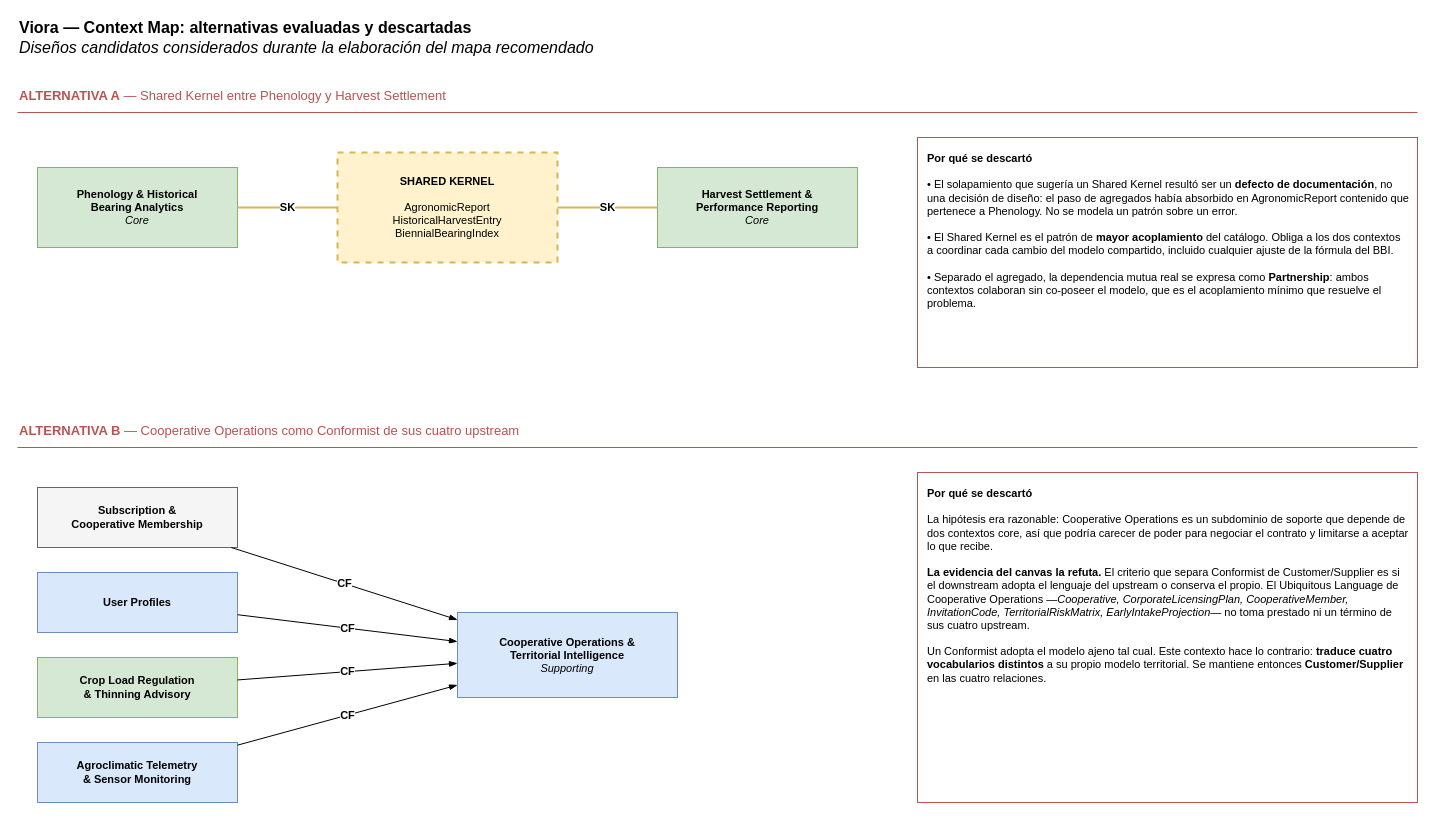
Before: docs/context-map/02-alternativas-descartadas.drawio in upc-pre-1acc0238-2620-4951-arcadiadevs/viora-report, a draw.io diagram. Source tidied: cells renumbered, new cells numbered last; positions are measured from the earlier drawing's top-left corner, leaving out a move shared by most shapes. Both pictures are drawn from the tidied source at 100%, with x=0, y=0 at pixel (17, 17).
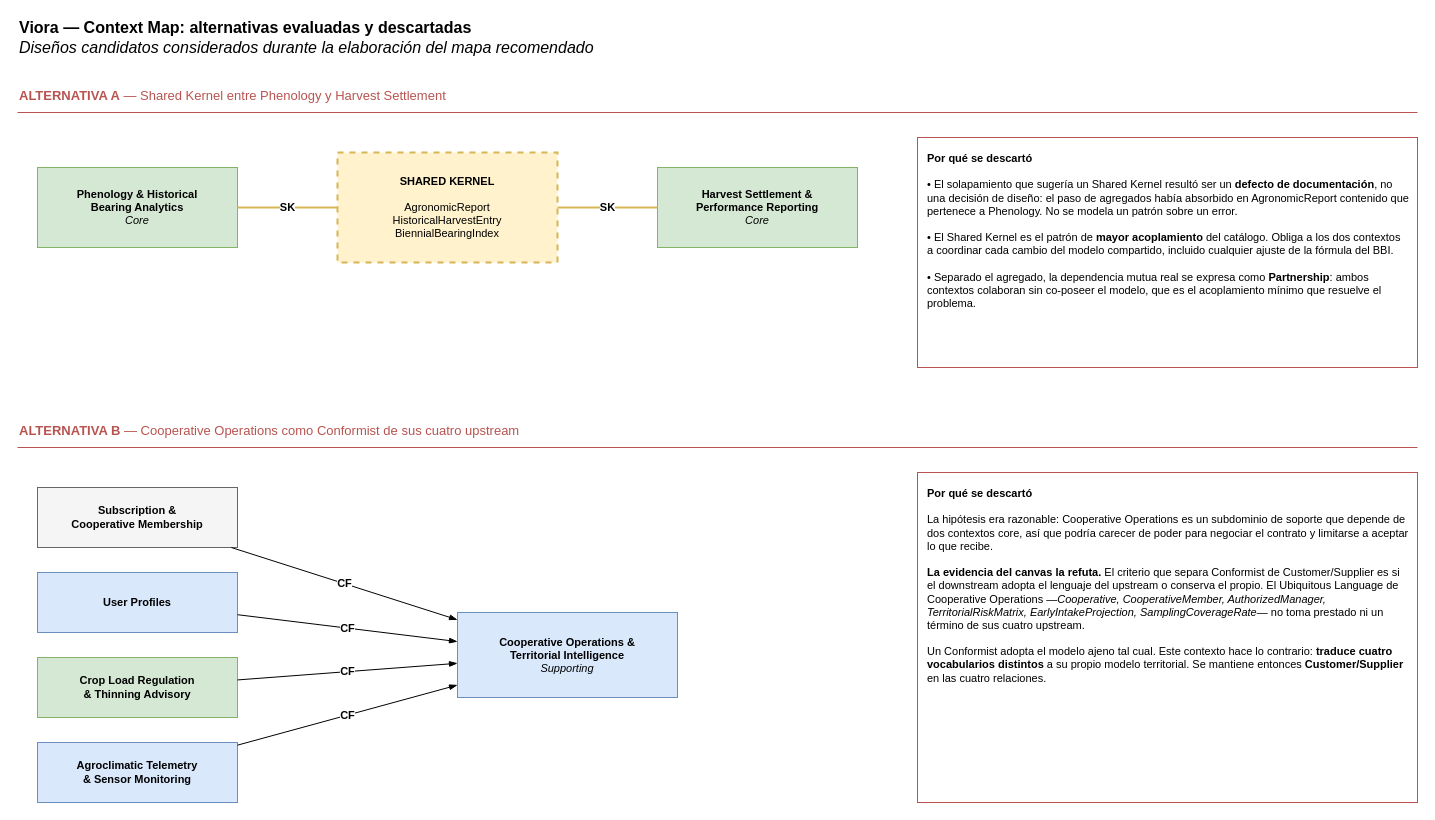
Above is the later version.

What changed in the source:
```diff
@@
-    <mxCell id="22" value="&lt;b&gt;Por qué se descartó&lt;/b&gt;&lt;br&gt;&lt;br&gt;La hipótesis era razonable: Cooperative Operations es un subdominio de soporte que depende de dos contextos core, así que podría carecer de poder para negociar el contrato y limitarse a aceptar lo que recibe.&lt;br&gt;&lt;br&gt;&lt;b&gt;La evidencia del canvas la refuta.&lt;/b&gt; El criterio que separa Conformist de Customer/Supplier es si el downstream adopta el lenguaje del upstream o conserva el propio. El Ubiquitous Language de Cooperative Operations —&lt;i&gt;Cooperative, CorporateLicensingPlan, CooperativeMember, InvitationCode, TerritorialRiskMatrix, EarlyIntakeProjection&lt;/i&gt;— no toma prestado ni un término de sus cuatro upstream.&lt;br&gt;&lt;br&gt;Un Conformist adopta el modelo ajeno tal cual. Este contexto hace lo contrario: &lt;b&gt;traduce cuatro vocabularios distintos&lt;/b&gt; a su propio modelo territorial. Se mantiene entonces &lt;b&gt;Customer/Supplier&lt;/b&gt; en las cuatro relaciones." style="rounded=0;whiteSpace=wrap;html=1;align=left;verticalAlign=top;spacing=10;fillColor=#ffffff;strokeColor=#B85450;fontSize=11;" parent="1" vertex="1">
+    <mxCell id="22" value="&lt;b&gt;Por qué se descartó&lt;/b&gt;&lt;br&gt;&lt;br&gt;La hipótesis era razonable: Cooperative Operations es un subdominio de soporte que depende de dos contextos core, así que podría carecer de poder para negociar el contrato y limitarse a aceptar lo que recibe.&lt;br&gt;&lt;br&gt;&lt;b&gt;La evidencia del canvas la refuta.&lt;/b&gt; El criterio que separa Conformist de Customer/Supplier es si el downstream adopta el lenguaje del upstream o conserva el propio. El Ubiquitous Language de Cooperative Operations —&lt;i&gt;Cooperative, CooperativeMember, AuthorizedManager, TerritorialRiskMatrix, EarlyIntakeProjection, SamplingCoverageRate&lt;/i&gt;— no toma prestado ni un término de sus cuatro upstream.&lt;br&gt;&lt;br&gt;Un Conformist adopta el modelo ajeno tal cual. Este contexto hace lo contrario: &lt;b&gt;traduce cuatro vocabularios distintos&lt;/b&gt; a su propio modelo territorial. Se mantiene entonces &lt;b&gt;Customer/Supplier&lt;/b&gt; en las cuatro relaciones." style="rounded=0;whiteSpace=wrap;html=1;align=left;verticalAlign=top;spacing=10;fillColor=#ffffff;strokeColor=#B85450;fontSize=11;" parent="1" vertex="1">
       <mxGeometry x="900" y="455" width="500" height="330" as="geometry" />
     </mxCell>
```
